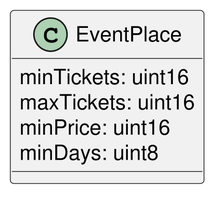
Above: img/event-place.png in ai-shift/cyber-valley-tickets (PlantUML), before the change.
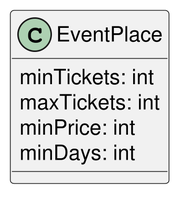
Later version of the same file.

What changed in the source:
```diff
@@ -1,9 +1,9 @@
 @startuml
 skinparam Dpi 300
 class EventPlace {
-  minTickets: uint16
-  maxTickets: uint16
-  minPrice: uint16
-  minDays: uint8
+  minTickets: int
+  maxTickets: int
+  minPrice: int
+  minDays: int
 }
 @enduml
```
